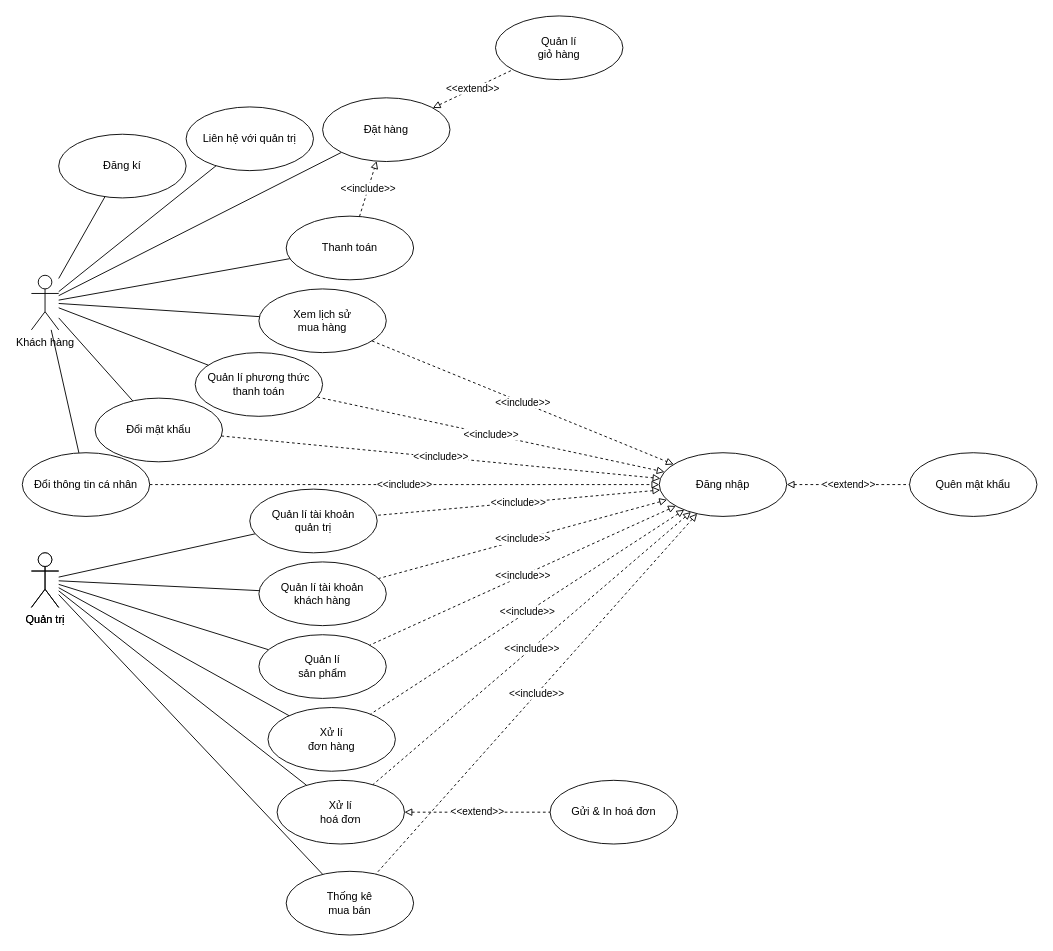
The draw.io diagram page "Page-1" (1 of 7) of Nam3_HK1/CNPM_SoftTech/Usecase Diagrams/UseCaseDiagram_TongQuat.drawio in EdgarIgnite16/SGU-Course, before the edit. Source tidied: cells renumbered, new cells numbered last; positions are measured from the earlier drawing's top-left corner, leaving out a move shared by most shapes. Both pictures are drawn from the tidied source at 91%, with x=0, y=0 at pixel (22, 15).
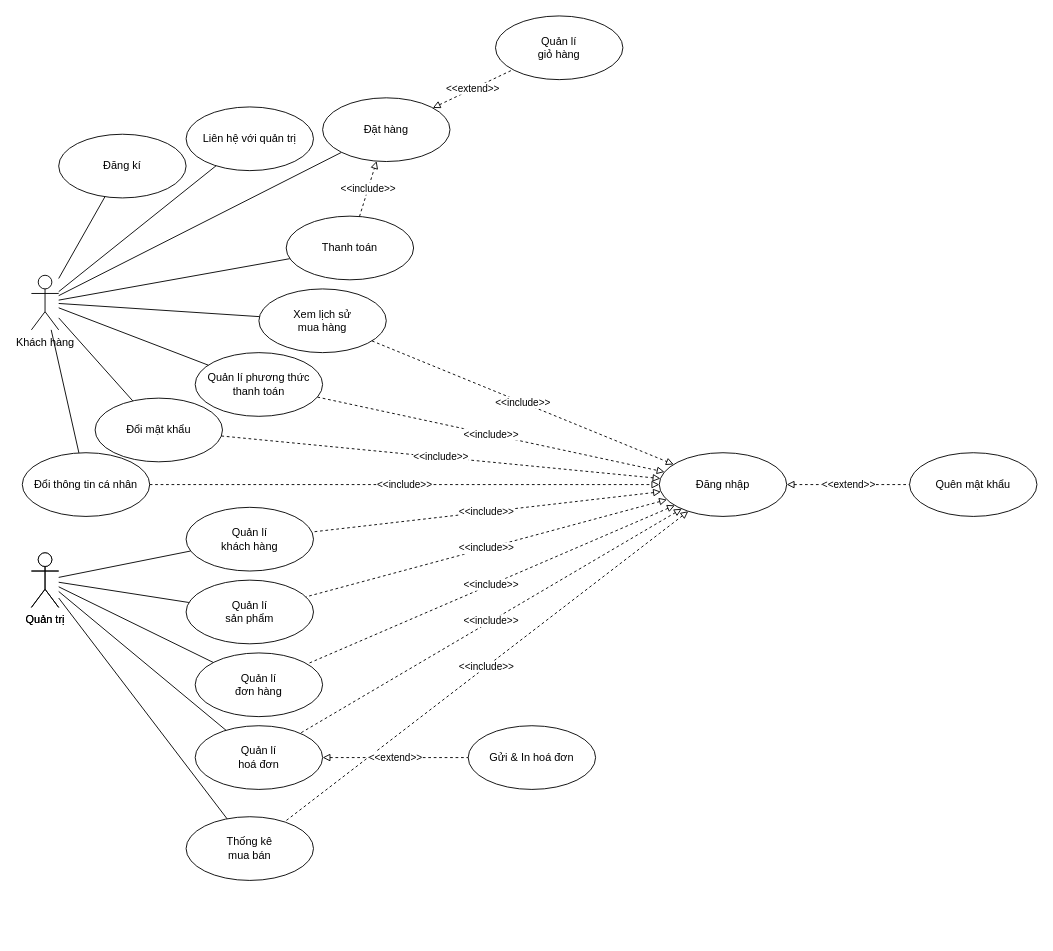
After the change.

Unchanged cells that the change refers to:
```xml
<mxCell id="6" value="Quản trị" style="shape=umlActor;verticalLabelPosition=bottom;verticalAlign=top;html=1;outlineConnect=0;" parent="1" vertex="1">
  <mxGeometry x="10" y="590" width="30" height="60" as="geometry" />
</mxCell>
<mxCell id="9" value="Đăng nhập" style="ellipse;whiteSpace=wrap;html=1;" parent="1" vertex="1">
  <mxGeometry x="700" y="480" width="140" height="70" as="geometry" />
</mxCell>
```

The edit, as a diff of the source:
```diff
@@
-    <mxCell id="19" value="Xử lí&lt;br&gt;đơn hàng" style="ellipse;whiteSpace=wrap;html=1;" parent="1" vertex="1">
-      <mxGeometry x="270" y="760" width="140" height="70" as="geometry" />
+    <mxCell id="19" value="Quản lí&lt;br&gt;đơn hàng" style="ellipse;whiteSpace=wrap;html=1;" parent="1" vertex="1">
+      <mxGeometry x="190" y="700" width="140" height="70" as="geometry" />
     </mxCell>
@@
     <mxCell id="23" value="Quản lí&lt;br&gt;sản phẩm" style="ellipse;whiteSpace=wrap;html=1;" parent="1" vertex="1">
-      <mxGeometry x="260" y="680" width="140" height="70" as="geometry" />
+      <mxGeometry x="180" y="620" width="140" height="70" as="geometry" />
     </mxCell>
@@
     <mxCell id="25" value="Thống kê&lt;br&gt;mua bán" style="ellipse;whiteSpace=wrap;html=1;" parent="1" vertex="1">
-      <mxGeometry x="290" y="940" width="140" height="70" as="geometry" />
+      <mxGeometry x="180" y="880" width="140" height="70" as="geometry" />
     </mxCell>
@@
-    <mxCell id="32" value="Quản lí tài khoản&lt;br&gt;khách hàng" style="ellipse;whiteSpace=wrap;html=1;" parent="1" vertex="1">
-      <mxGeometry x="260" y="600" width="140" height="70" as="geometry" />
+    <mxCell id="32" value="Quản lí&lt;br&gt;khách hàng" style="ellipse;whiteSpace=wrap;html=1;" parent="1" vertex="1">
+      <mxGeometry x="180" y="540" width="140" height="70" as="geometry" />
     </mxCell>
@@
-    <mxCell id="35" value="Quản lí tài khoản&lt;br&gt;quản trị" style="ellipse;whiteSpace=wrap;html=1;" parent="1" vertex="1">
-      <mxGeometry x="250" y="520" width="140" height="70" as="geometry" />
-    </mxCell>
-    <mxCell id="36" style="edgeStyle=none;rounded=0;jettySize=auto;html=1;endArrow=none;endFill=0;" parent="1" edge="1" source="6" target="35">
-      <mxGeometry relative="1" as="geometry" />
-    </mxCell>
-    <mxCell id="37" value="&amp;lt;&amp;lt;include&amp;gt;&amp;gt;&lt;br&gt;" style="jettySize=auto;html=1;strokeColor=default;rounded=0;dashed=1;endArrow=none;endFill=0;startArrow=block;startFill=0;" parent="1" edge="1" source="9" target="35">
-      <mxGeometry relative="1" as="geometry" />
-    </mxCell>
-    <mxCell id="38" value="Xử lí&lt;br&gt;hoá đơn" style="ellipse;whiteSpace=wrap;html=1;" parent="1" vertex="1">
-      <mxGeometry x="280" y="840" width="140" height="70" as="geometry" />
+    <mxCell id="38" value="Quản lí&lt;br&gt;hoá đơn" style="ellipse;whiteSpace=wrap;html=1;" parent="1" vertex="1">
+      <mxGeometry x="190" y="780" width="140" height="70" as="geometry" />
     </mxCell>
@@
     <mxCell id="41" value="Gửi &amp;amp; In hoá đơn" style="ellipse;whiteSpace=wrap;html=1;" parent="1" vertex="1">
-      <mxGeometry x="580" y="840" width="140" height="70" as="geometry" />
+      <mxGeometry x="490" y="780" width="140" height="70" as="geometry" />
     </mxCell>
```
